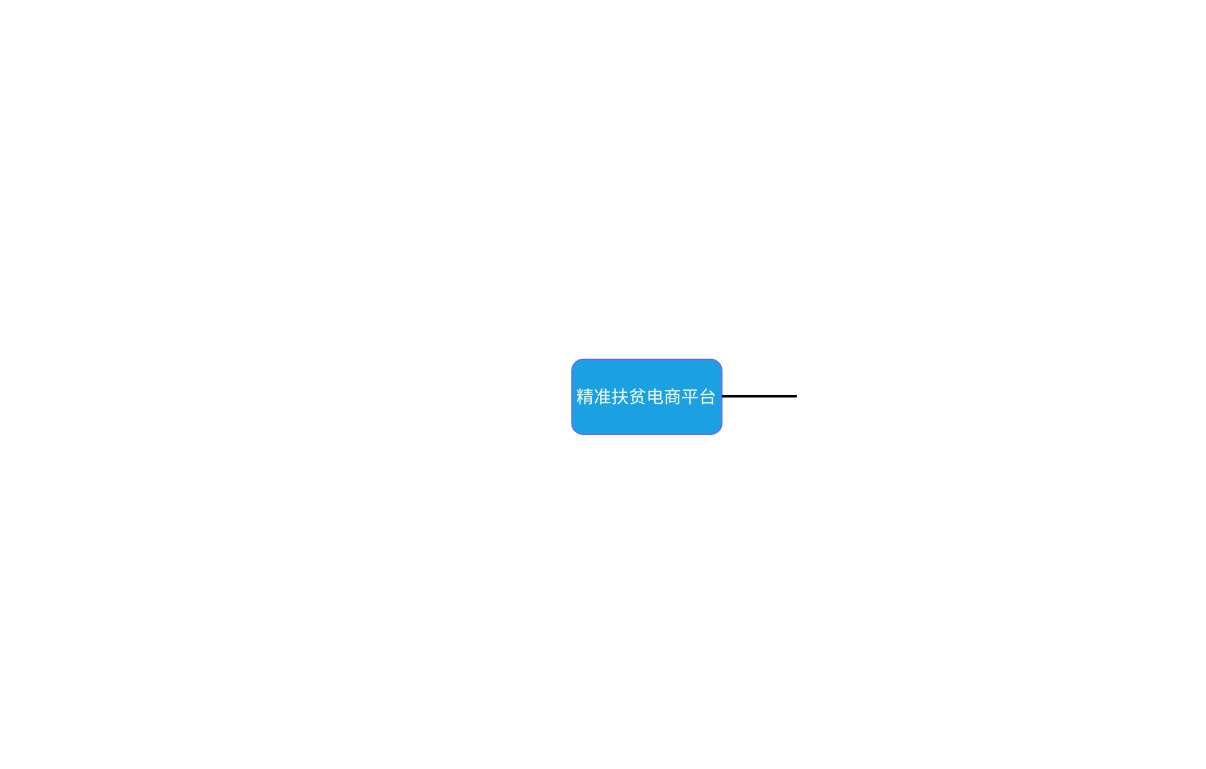
Before: 论文思维导图.drawio in xp-bear/drawio, a draw.io diagram. Source tidied: cells renumbered, new cells numbered last; positions are measured from the earlier drawing's top-left corner, leaving out a move shared by most shapes. Both pictures are drawn from the tidied source at 125%, with x=0, y=0 at pixel (571, 359).
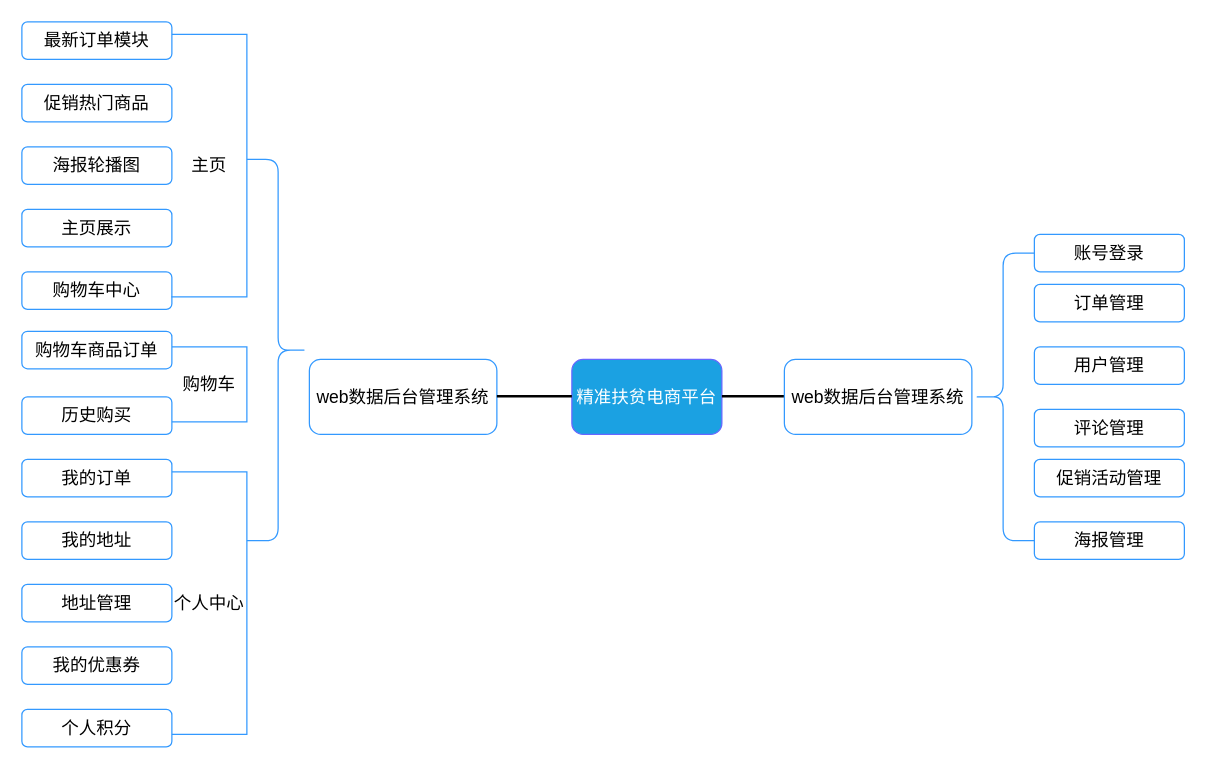
The same page after the edit.

Commit message:
Updates 论文思维导图.drawio

Change to the diagram source:
```diff
@@
+    <mxCell id="4" value="web数据后台管理系统" style="rounded=1;whiteSpace=wrap;html=1;fontSize=14;strokeColor=#3399FF;strokeWidth=1;gradientColor=none;" parent="1" vertex="1">
+      <mxGeometry x="170" width="150" height="60" as="geometry" />
+    </mxCell>
+    <mxCell id="5" style="shape=curlyBracket;whiteSpace=wrap;html=1;rounded=1;fontSize=14;strokeColor=#3399FF;strokeWidth=1;gradientColor=none;" parent="1" vertex="1">
+      <mxGeometry x="320" y="-85" width="50" height="230" as="geometry" />
+    </mxCell>
+    <mxCell id="6" value="账号登录" style="rounded=1;whiteSpace=wrap;html=1;fontSize=14;strokeColor=#3399FF;strokeWidth=1;gradientColor=none;" parent="1" vertex="1">
+      <mxGeometry x="370" y="-100" width="120" height="30" as="geometry" />
+    </mxCell>
+    <mxCell id="7" value="订单管理" style="rounded=1;whiteSpace=wrap;html=1;fontSize=14;strokeColor=#3399FF;strokeWidth=1;gradientColor=none;" parent="1" vertex="1">
+      <mxGeometry x="370" y="-60" width="120" height="30" as="geometry" />
+    </mxCell>
+    <mxCell id="8" value="用户管理" style="rounded=1;whiteSpace=wrap;html=1;fontSize=14;strokeColor=#3399FF;strokeWidth=1;gradientColor=none;" parent="1" vertex="1">
+      <mxGeometry x="370" y="-10" width="120" height="30" as="geometry" />
+    </mxCell>
+    <mxCell id="9" value="评论管理" style="rounded=1;whiteSpace=wrap;html=1;fontSize=14;strokeColor=#3399FF;strokeWidth=1;gradientColor=none;" parent="1" vertex="1">
+      <mxGeometry x="370" y="40" width="120" height="30" as="geometry" />
+    </mxCell>
+    <mxCell id="10" value="促销活动管理" style="rounded=1;whiteSpace=wrap;html=1;fontSize=14;strokeColor=#3399FF;strokeWidth=1;gradientColor=none;" parent="1" vertex="1">
+      <mxGeometry x="370" y="80" width="120" height="30" as="geometry" />
+    </mxCell>
+    <mxCell id="11" value="海报管理" style="rounded=1;whiteSpace=wrap;html=1;fontSize=14;strokeColor=#3399FF;strokeWidth=1;gradientColor=none;" parent="1" vertex="1">
+      <mxGeometry x="370" y="130" width="120" height="30" as="geometry" />
+    </mxCell>
+    <mxCell id="12" style="shape=curlyBracket;whiteSpace=wrap;html=1;rounded=1;fontSize=14;strokeColor=#3399FF;strokeWidth=1;gradientColor=none;direction=west;" parent="1" vertex="1">
+      <mxGeometry x="-260" y="-160" width="50" height="305" as="geometry" />
+    </mxCell>
+    <mxCell id="13" value="web数据后台管理系统" style="rounded=1;whiteSpace=wrap;html=1;fontSize=14;strokeColor=#3399FF;strokeWidth=1;gradientColor=none;" parent="1" vertex="1">
+      <mxGeometry x="-210" width="150" height="60" as="geometry" />
+    </mxCell>
+    <mxCell id="14" style="endArrow=none;html=1;rounded=0;fontSize=14;strokeWidth=2;" parent="1" edge="1">
+      <mxGeometry relative="1" as="geometry">
+        <mxPoint x="-60" y="29.5" as="sourcePoint" />
+        <mxPoint y="29.5" as="targetPoint" />
+      </mxGeometry>
+    </mxCell>
+    <mxCell id="15" value="主页展示" style="rounded=1;whiteSpace=wrap;html=1;fontSize=14;strokeColor=#3399FF;strokeWidth=1;gradientColor=none;" parent="1" vertex="1">
+      <mxGeometry x="-440" y="-120" width="120" height="30" as="geometry" />
+    </mxCell>
+    <mxCell id="16" value="购物车中心" style="rounded=1;whiteSpace=wrap;html=1;fontSize=14;strokeColor=#3399FF;strokeWidth=1;gradientColor=none;" parent="1" vertex="1">
+      <mxGeometry x="-440" y="-70" width="120" height="30" as="geometry" />
+    </mxCell>
+    <mxCell id="17" value="主页" style="shape=partialRectangle;whiteSpace=wrap;html=1;bottom=1;right=1;left=1;top=0;fillColor=none;routingCenterX=-0.5;fontSize=14;strokeColor=#3399FF;strokeWidth=1;direction=north;" parent="1" vertex="1">
+      <mxGeometry x="-320" y="-260" width="60" height="210" as="geometry" />
+    </mxCell>
+    <mxCell id="18" value="海报轮播图" style="rounded=1;whiteSpace=wrap;html=1;fontSize=14;strokeColor=#3399FF;strokeWidth=1;gradientColor=none;" parent="1" vertex="1">
+      <mxGeometry x="-440" y="-170" width="120" height="30" as="geometry" />
+    </mxCell>
+    <mxCell id="19" value="促销热门商品" style="rounded=1;whiteSpace=wrap;html=1;fontSize=14;strokeColor=#3399FF;strokeWidth=1;gradientColor=none;" parent="1" vertex="1">
+      <mxGeometry x="-440" y="-220" width="120" height="30" as="geometry" />
+    </mxCell>
+    <mxCell id="20" value="最新订单模块" style="rounded=1;whiteSpace=wrap;html=1;fontSize=14;strokeColor=#3399FF;strokeWidth=1;gradientColor=none;" parent="1" vertex="1">
+      <mxGeometry x="-440" y="-270" width="120" height="30" as="geometry" />
+    </mxCell>
+    <mxCell id="21" value="购物车" style="shape=partialRectangle;whiteSpace=wrap;html=1;bottom=1;right=1;left=1;top=0;fillColor=none;routingCenterX=-0.5;fontSize=14;strokeColor=#3399FF;strokeWidth=1;direction=north;" parent="1" vertex="1">
+      <mxGeometry x="-320" y="-10" width="60" height="60" as="geometry" />
+    </mxCell>
+    <mxCell id="22" value="个人中心" style="shape=partialRectangle;whiteSpace=wrap;html=1;bottom=1;right=1;left=1;top=0;fillColor=none;routingCenterX=-0.5;fontSize=14;strokeColor=#3399FF;strokeWidth=1;direction=north;" parent="1" vertex="1">
+      <mxGeometry x="-320" y="90" width="60" height="210" as="geometry" />
+    </mxCell>
+    <mxCell id="23" value="购物车商品订单" style="rounded=1;whiteSpace=wrap;html=1;fontSize=14;strokeColor=#3399FF;strokeWidth=1;gradientColor=none;" parent="1" vertex="1">
+      <mxGeometry x="-440" y="-22.5" width="120" height="30" as="geometry" />
+    </mxCell>
+    <mxCell id="24" value="历史购买" style="rounded=1;whiteSpace=wrap;html=1;fontSize=14;strokeColor=#3399FF;strokeWidth=1;gradientColor=none;" parent="1" vertex="1">
+      <mxGeometry x="-440" y="30" width="120" height="30" as="geometry" />
+    </mxCell>
+    <mxCell id="25" value="我的订单" style="rounded=1;whiteSpace=wrap;html=1;fontSize=14;strokeColor=#3399FF;strokeWidth=1;gradientColor=none;" parent="1" vertex="1">
+      <mxGeometry x="-440" y="80" width="120" height="30" as="geometry" />
+    </mxCell>
+    <mxCell id="26" value="我的地址" style="rounded=1;whiteSpace=wrap;html=1;fontSize=14;strokeColor=#3399FF;strokeWidth=1;gradientColor=none;" parent="1" vertex="1">
+      <mxGeometry x="-440" y="130" width="120" height="30" as="geometry" />
+    </mxCell>
+    <mxCell id="27" value="地址管理" style="rounded=1;whiteSpace=wrap;html=1;fontSize=14;strokeColor=#3399FF;strokeWidth=1;gradientColor=none;" parent="1" vertex="1">
+      <mxGeometry x="-440" y="180" width="120" height="30" as="geometry" />
+    </mxCell>
+    <mxCell id="28" value="我的优惠券" style="rounded=1;whiteSpace=wrap;html=1;fontSize=14;strokeColor=#3399FF;strokeWidth=1;gradientColor=none;" parent="1" vertex="1">
+      <mxGeometry x="-440" y="230" width="120" height="30" as="geometry" />
+    </mxCell>
+    <mxCell id="29" value="个人积分" style="rounded=1;whiteSpace=wrap;html=1;fontSize=14;strokeColor=#3399FF;strokeWidth=1;gradientColor=none;" parent="1" vertex="1">
+      <mxGeometry x="-440" y="280" width="120" height="30" as="geometry" />
+    </mxCell>
```
